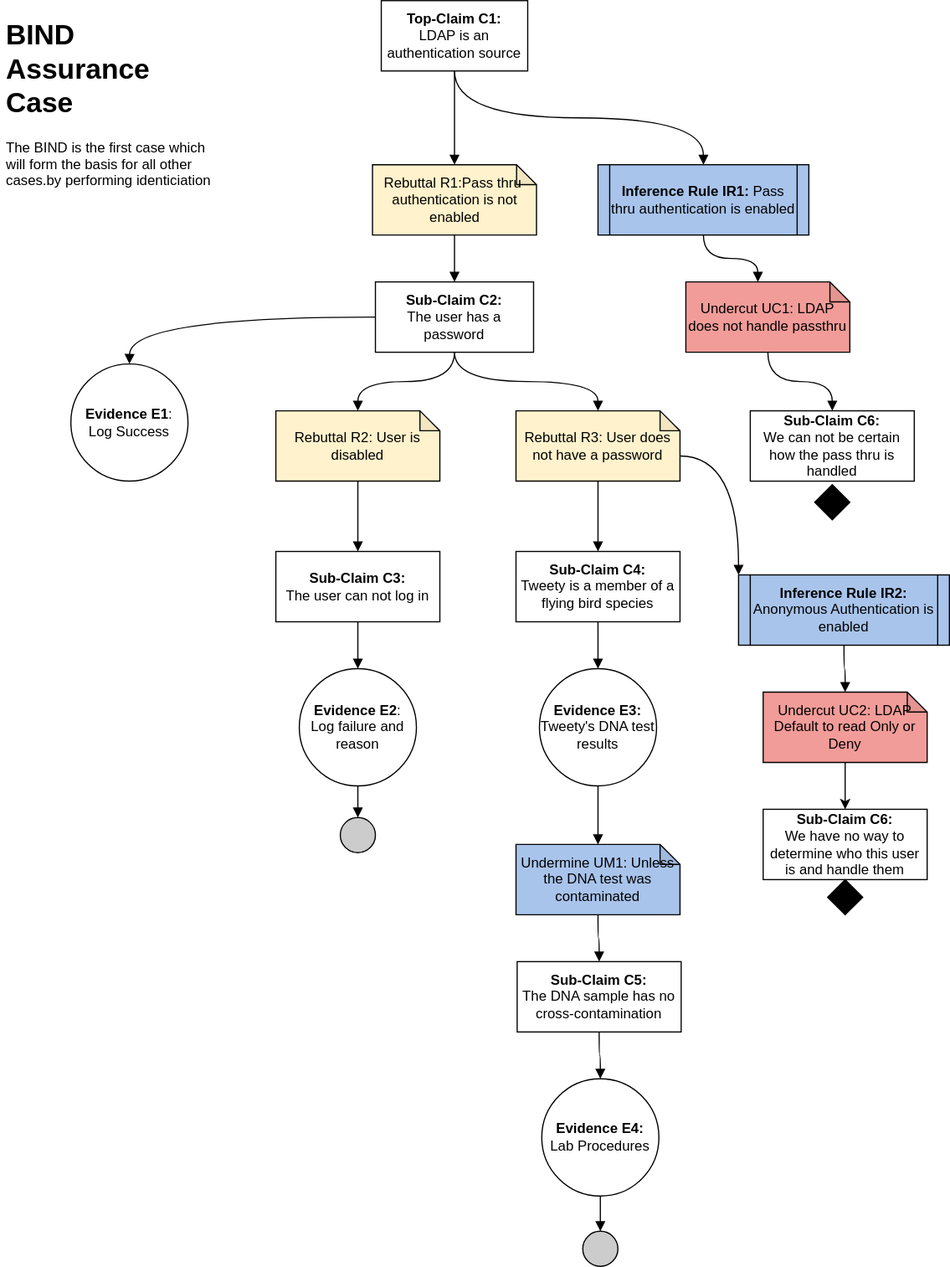
Earlier version of the draw.io export images/BIND Assurance Case.svg (bartelsjoshuac/SAPG). Source tidied: cells renumbered, new cells last; positions are measured from the earlier drawing's top-left corner, leaving out a move shared by most shapes.
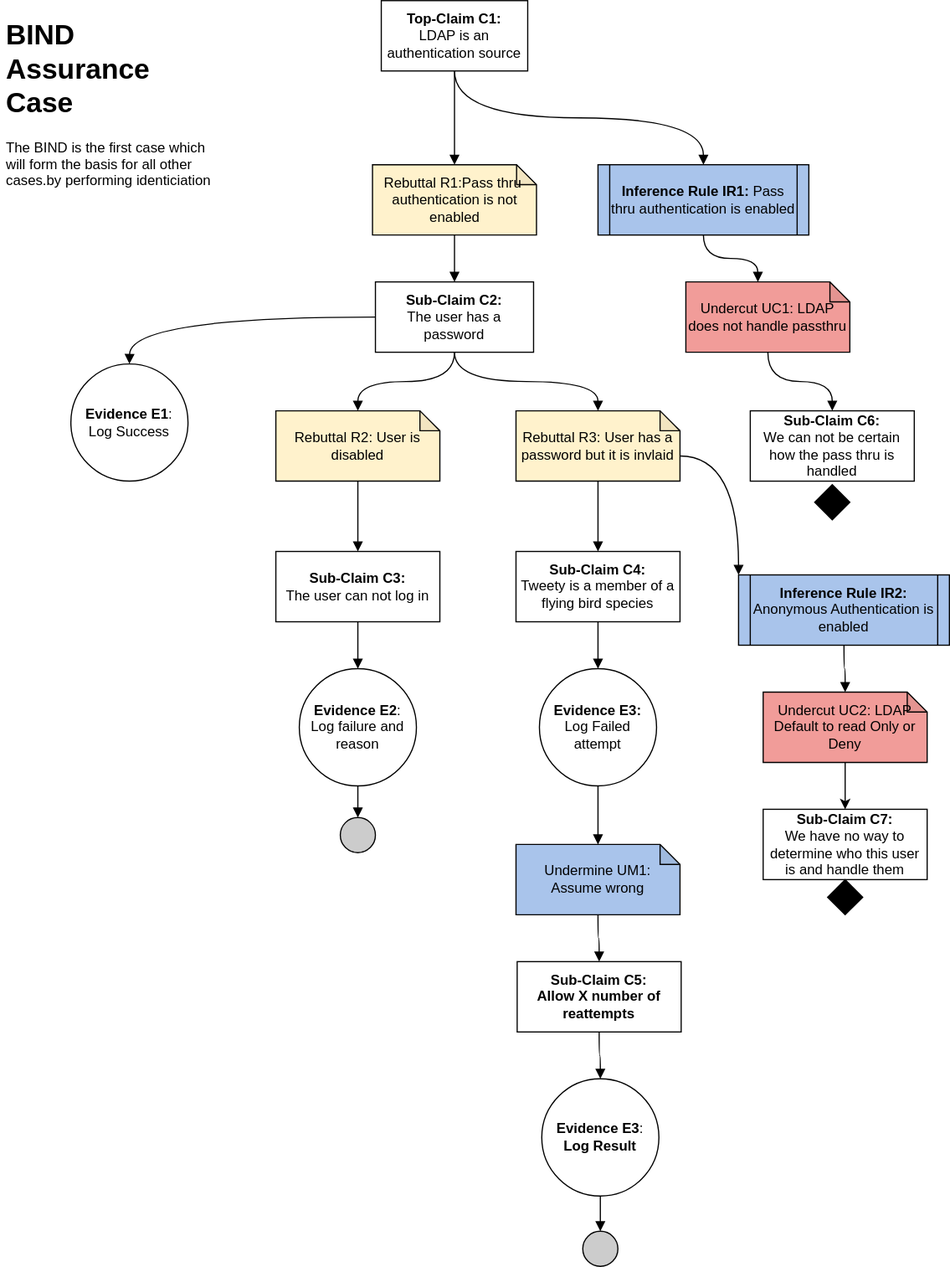
Later version of the same file.

What changed in the source:
```diff
@@ -38,7 +38,7 @@
     <mxCell id="13" style="edgeStyle=orthogonalEdgeStyle;curved=1;rounded=0;jettySize=auto;html=1;endArrow=block;endFill=1;" parent="1" edge="1" source="14" target="18">
       <mxGeometry relative="1" as="geometry" />
     </mxCell>
-    <mxCell id="14" value="Rebuttal R3: User does not have a password" style="shape=note;whiteSpace=wrap;html=1;backgroundOutline=1;darkOpacity=0.05;size=17;fillColor=#FFF2CC;" parent="1" vertex="1">
+    <mxCell id="14" value="Rebuttal R3: User has a password but it is invlaid" style="shape=note;whiteSpace=wrap;html=1;backgroundOutline=1;darkOpacity=0.05;size=17;fillColor=#FFF2CC;" parent="1" vertex="1">
       <mxGeometry x="440" y="350" width="140" height="60" as="geometry" />
     </mxCell>
     <mxCell id="15" style="edgeStyle=orthogonalEdgeStyle;curved=1;rounded=0;jettySize=auto;html=1;exitX=0.5;exitY=1;exitDx=0;exitDy=0;entryX=0.5;entryY=0;entryDx=0;entryDy=0;endArrow=block;endFill=1;" parent="1" edge="1" source="16" target="20">
@@ -65,25 +65,25 @@
     <mxCell id="22" style="edgeStyle=orthogonalEdgeStyle;curved=1;rounded=0;jettySize=auto;html=1;entryX=0.5;entryY=0;entryDx=0;entryDy=0;entryPerimeter=0;endArrow=block;endFill=1;" parent="1" edge="1" source="23" target="25">
       <mxGeometry relative="1" as="geometry" />
     </mxCell>
-    <mxCell id="23" value="&lt;b&gt;Evidence E3:&lt;/b&gt;&lt;br&gt;Tweety's DNA test results" style="ellipse;whiteSpace=wrap;html=1;fillColor=#ffffff;rounded=0;" parent="1" vertex="1">
+    <mxCell id="23" value="&lt;b&gt;Evidence E3:&lt;/b&gt;&lt;br&gt;Log Failed attempt" style="ellipse;whiteSpace=wrap;html=1;fillColor=#ffffff;rounded=0;" parent="1" vertex="1">
       <mxGeometry x="460" y="570" width="100" height="100" as="geometry" />
     </mxCell>
     <mxCell id="24" style="edgeStyle=orthogonalEdgeStyle;curved=1;rounded=0;jettySize=auto;html=1;endArrow=block;endFill=1;" parent="1" edge="1" source="25" target="27">
       <mxGeometry relative="1" as="geometry" />
     </mxCell>
-    <mxCell id="25" value="Undermine UM1: Unless the DNA test was contaminated" style="shape=note;whiteSpace=wrap;html=1;backgroundOutline=1;darkOpacity=0.05;size=17;fillColor=#A9C4EB;" parent="1" vertex="1">
+    <mxCell id="25" value="Undermine UM1: &lt;br&gt;Assume wrong" style="shape=note;whiteSpace=wrap;html=1;backgroundOutline=1;darkOpacity=0.05;size=17;fillColor=#A9C4EB;" parent="1" vertex="1">
       <mxGeometry x="440" y="720" width="140" height="60" as="geometry" />
     </mxCell>
     <mxCell id="26" style="edgeStyle=orthogonalEdgeStyle;curved=1;rounded=0;jettySize=auto;html=1;endArrow=block;endFill=1;" parent="1" edge="1" source="27" target="29">
       <mxGeometry relative="1" as="geometry" />
     </mxCell>
-    <mxCell id="27" value="&lt;b&gt;Sub-Claim C5:&lt;br&gt;&lt;/b&gt;The DNA sample has no cross-contamination" style="rounded=0;whiteSpace=wrap;html=1;" parent="1" vertex="1">
+    <mxCell id="27" value="&lt;b style=&quot;border-color: var(--border-color);&quot;&gt;Sub-Claim C5:&lt;br&gt;&lt;/b&gt;&lt;b&gt;Allow X number of reattempts&lt;/b&gt;" style="rounded=0;whiteSpace=wrap;html=1;" parent="1" vertex="1">
       <mxGeometry x="441" y="820" width="140" height="60" as="geometry" />
     </mxCell>
     <mxCell id="28" style="edgeStyle=orthogonalEdgeStyle;curved=1;rounded=0;jettySize=auto;html=1;entryX=0.5;entryY=0;entryDx=0;entryDy=0;endArrow=block;endFill=1;exitX=0.5;exitY=1;exitDx=0;exitDy=0;" parent="1" edge="1" source="29" target="30">
       <mxGeometry relative="1" as="geometry" />
     </mxCell>
-    <mxCell id="29" value="&lt;b&gt;Evidence E4:&lt;/b&gt;&lt;br&gt;Lab Procedures" style="ellipse;whiteSpace=wrap;html=1;fillColor=#ffffff;rounded=0;" parent="1" vertex="1">
+    <mxCell id="29" value="&lt;b style=&quot;border-color: var(--border-color);&quot;&gt;Evidence E3&lt;/b&gt;:&lt;br&gt;&lt;b&gt;Log Result&lt;/b&gt;" style="ellipse;whiteSpace=wrap;html=1;fillColor=#ffffff;rounded=0;" parent="1" vertex="1">
       <mxGeometry x="462" y="920" width="100" height="100" as="geometry" />
     </mxCell>
     <mxCell id="30" style="ellipse;whiteSpace=wrap;html=1;fillColor=#CCCCCC;" parent="1" vertex="1">
@@ -122,7 +122,7 @@
     <mxCell id="41" style="edgeStyle=orthogonalEdgeStyle;curved=1;rounded=0;jettySize=auto;html=1;exitX=0.5;exitY=1;exitDx=0;exitDy=0;entryX=0.5;entryY=0;entryDx=0;entryDy=0;endArrow=block;endFill=1;entryPerimeter=0;" parent="1" edge="1" source="37" target="40">
       <mxGeometry relative="1" as="geometry" />
     </mxCell>
-    <mxCell id="42" value="&lt;b&gt;Sub-Claim C6:&lt;br&gt;&lt;/b&gt;We have no way to determine who this user is and handle them" style="rounded=0;whiteSpace=wrap;html=1;" parent="1" vertex="1">
+    <mxCell id="42" value="&lt;b&gt;Sub-Claim C7:&lt;br&gt;&lt;/b&gt;We have no way to determine who this user is and handle them" style="rounded=0;whiteSpace=wrap;html=1;" parent="1" vertex="1">
       <mxGeometry x="651" y="690" width="140" height="60" as="geometry" />
     </mxCell>
     <mxCell id="43" style="rhombus;whiteSpace=wrap;html=1;fillColor=#000000;" parent="1" vertex="1">
```
